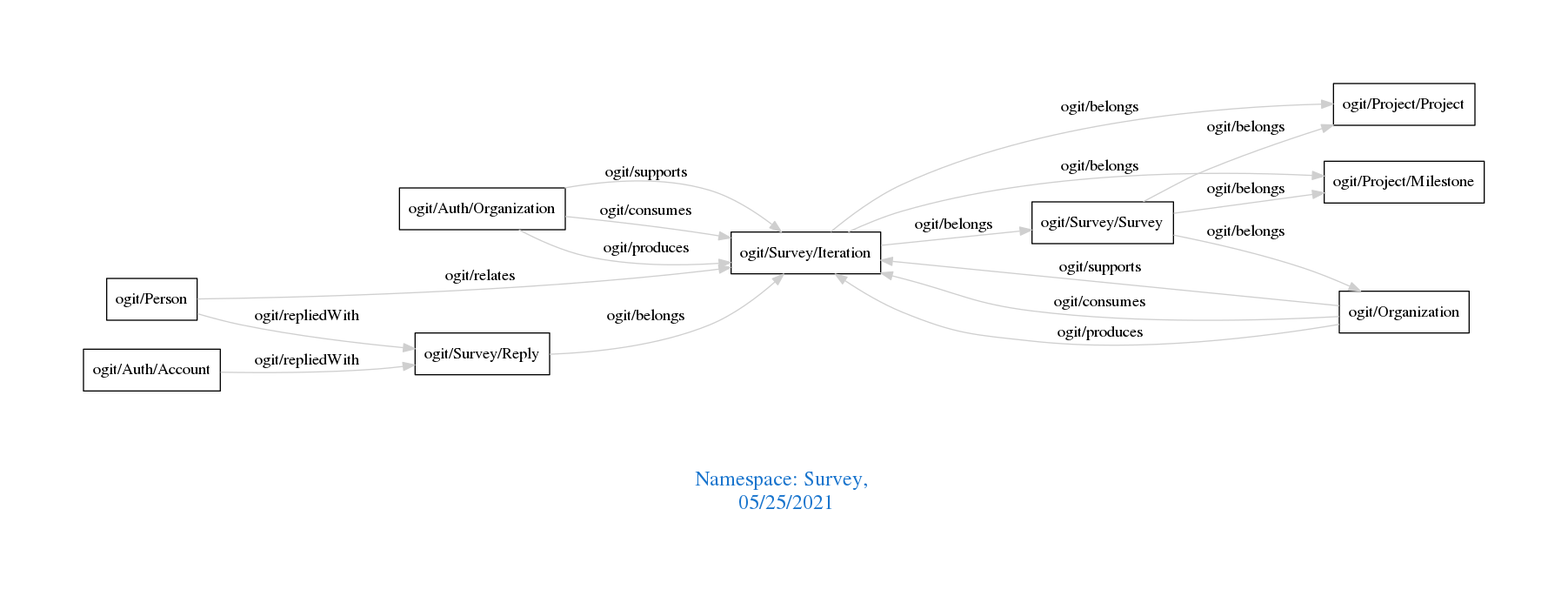
The Graphviz diagram downloads/Survey.png in arago/OGIT, before a commit. Its source is kept beside it as downloads/Survey.dot.
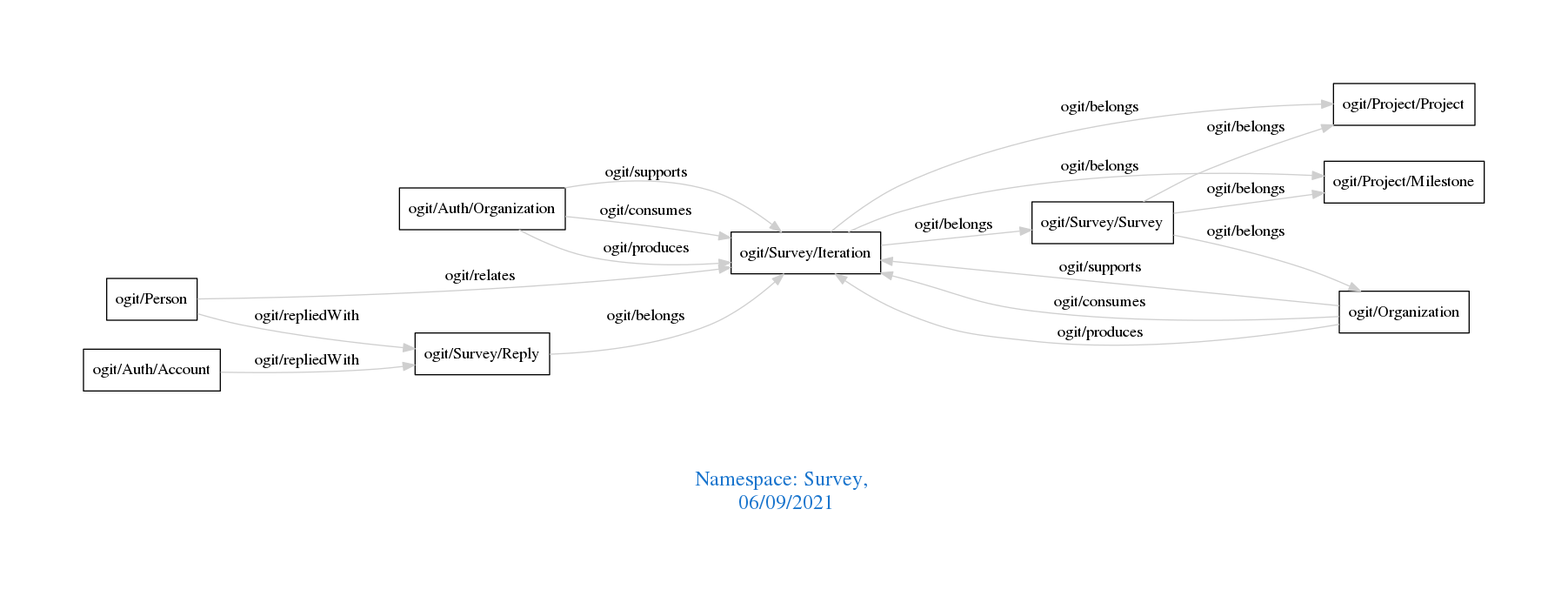
The same diagram one commit later.

Diff of the diagram source:
```diff
@@ -1,7 +1,7 @@
 digraph OGIT_ontology {
  graph [ rankdir= LR,pad=1
 fontsize = 18,
-fontcolor= dodgerblue3,label = "\n\n\nNamespace: Survey, \n 05/25/2021"];
+fontcolor= dodgerblue3,label = "\n\n\nNamespace: Survey, \n 06/09/2021"];
 node[shape=polygon];
 edge [  color="gray81"];
 
```
